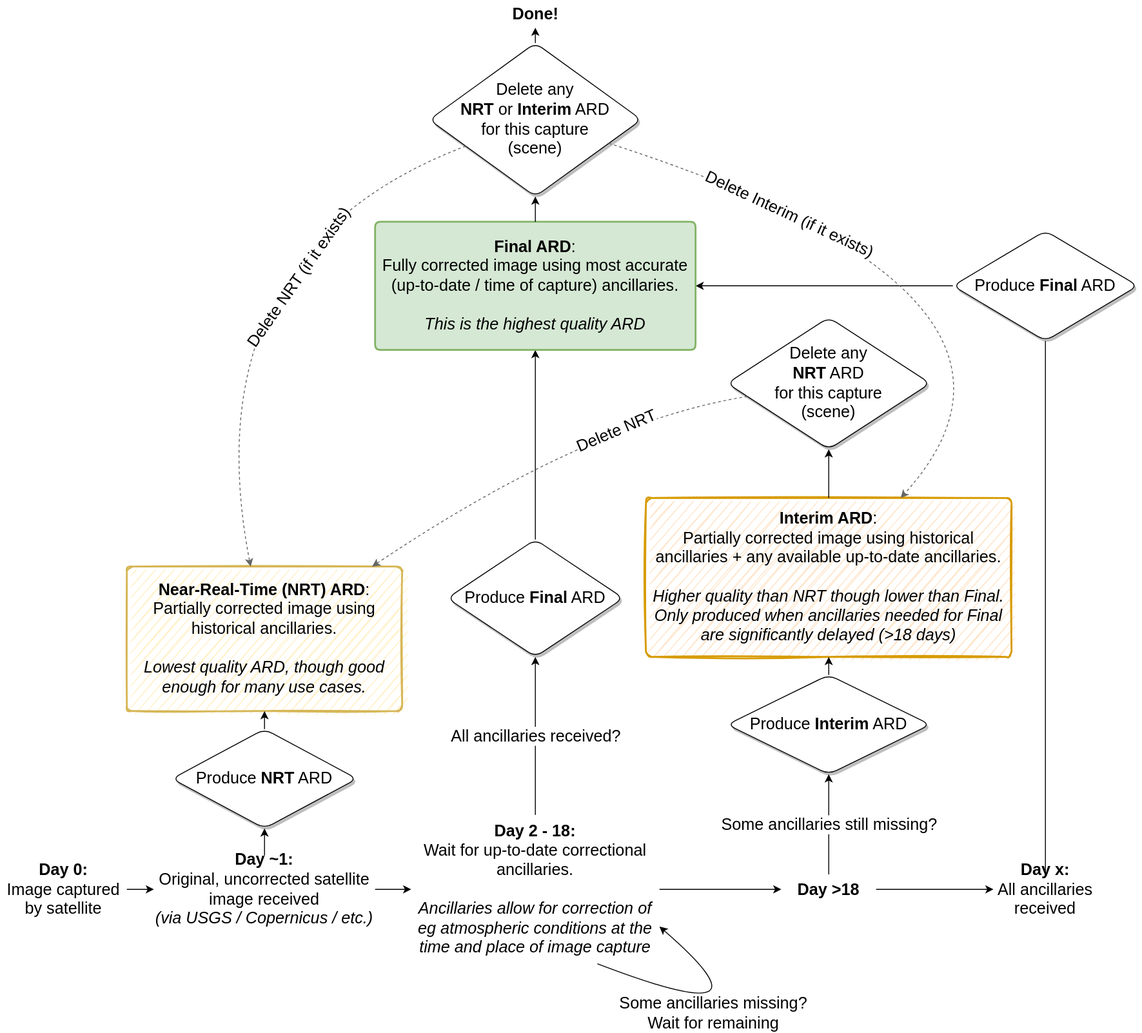
This is reference/images/dataset_maturity_flowchart.drawio.svg from GeoscienceAustralia/dea-knowledge-hub, a draw.io export, as it was before one commit. Source tidied: cells renumbered, new cells last; positions are measured from the earlier drawing's top-left corner, leaving out a move shared by most shapes.
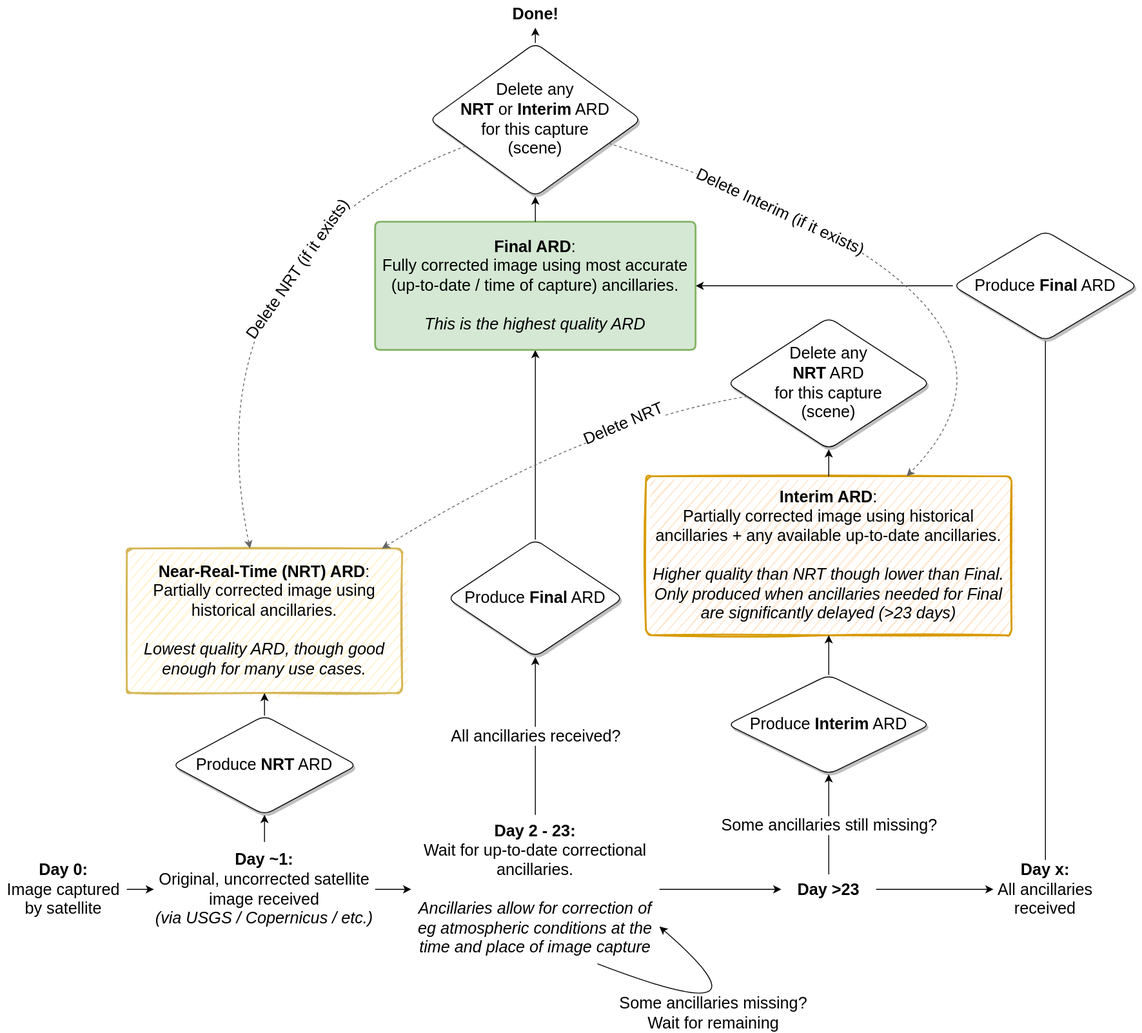
The same file after the commit.

Commit message:
Update datset maturity diagram and doc to reflect that interim processing now engages after 23 days not 18

What changed in the source:
```diff
@@ -2,17 +2,17 @@
   <root>
     <mxCell id="0" />
     <mxCell id="1" parent="0" />
-    <mxCell id="2" value="&lt;b style=&quot;font-size: 18px;&quot;&gt;Interim ARD&lt;/b&gt;:&lt;br style=&quot;font-size: 18px;&quot;&gt;Partially corrected image using historical ancillaries + any available up-to-date ancillaries.&lt;br style=&quot;font-size: 18px;&quot;&gt;&lt;br style=&quot;font-size: 18px;&quot;&gt;&lt;i style=&quot;font-size: 18px;&quot;&gt;Higher quality than NRT though lower than Final. Only produced when ancillaries needed for Final are significantly delayed (&amp;gt;18 days)&lt;/i&gt;" style="shape=parallelogram;html=1;strokeWidth=2;perimeter=parallelogramPerimeter;whiteSpace=wrap;rounded=1;arcSize=12;size=0;sketch=1;fillColor=#ffe6cc;strokeColor=#d79b00;fontSize=18;" parent="1" vertex="1">
-      <mxGeometry x="715" y="551" width="405" height="176" as="geometry" />
+    <mxCell id="2" value="&lt;b style=&quot;font-size: 18px;&quot;&gt;Interim ARD&lt;/b&gt;:&lt;br style=&quot;font-size: 18px;&quot;&gt;Partially corrected image using historical ancillaries + any available up-to-date ancillaries.&lt;br style=&quot;font-size: 18px;&quot;&gt;&lt;br style=&quot;font-size: 18px;&quot;&gt;&lt;i style=&quot;font-size: 18px;&quot;&gt;Higher quality than NRT though lower than Final. Only produced when ancillaries needed for Final are significantly delayed (&amp;gt;23 days)&lt;/i&gt;" style="shape=parallelogram;html=1;strokeWidth=2;perimeter=parallelogramPerimeter;whiteSpace=wrap;rounded=1;arcSize=12;size=0;sketch=1;fillColor=#ffe6cc;strokeColor=#d79b00;fontSize=18;" parent="1" vertex="1">
+      <mxGeometry x="715" y="527" width="405" height="176" as="geometry" />
     </mxCell>
     <mxCell id="3" value="&lt;b style=&quot;font-size: 18px;&quot;&gt;Near-Real-Time (NRT) ARD&lt;/b&gt;:&lt;br style=&quot;font-size: 18px;&quot;&gt;Partially corrected image using historical ancillaries.&lt;br style=&quot;font-size: 18px;&quot;&gt;&lt;br style=&quot;font-size: 18px;&quot;&gt;&lt;i style=&quot;font-size: 18px;&quot;&gt;Lowest quality ARD, though good enough for many use cases.&lt;/i&gt;" style="shape=parallelogram;html=1;strokeWidth=2;perimeter=parallelogramPerimeter;whiteSpace=wrap;rounded=1;arcSize=12;size=0;sketch=1;shadow=0;fillColor=#fff2cc;strokeColor=#d6b656;fontSize=18;" parent="1" vertex="1">
-      <mxGeometry x="140" y="627" width="305" height="160" as="geometry" />
+      <mxGeometry x="140" y="607" width="305" height="160" as="geometry" />
     </mxCell>
     <mxCell id="4" style="rounded=0;jettySize=auto;html=1;fontSize=18;" parent="1" edge="1" source="5" target="8">
       <mxGeometry relative="1" as="geometry" />
     </mxCell>
     <mxCell id="5" value="&lt;b style=&quot;font-size: 18px;&quot;&gt;Day 0:&lt;/b&gt;&lt;br style=&quot;font-size: 18px;&quot;&gt;Image captured by satellite" style="text;html=1;strokeColor=none;fillColor=none;align=center;verticalAlign=middle;whiteSpace=wrap;rounded=0;fontSize=18;" parent="1" vertex="1">
-      <mxGeometry y="959.5" width="140" height="50" as="geometry" />
+      <mxGeometry y="952" width="140" height="65" as="geometry" />
     </mxCell>
     <mxCell id="6" style="rounded=0;jettySize=auto;html=1;startArrow=none;fontSize=18;" parent="1" edge="1" source="22" target="3">
       <mxGeometry relative="1" as="geometry" />
@@ -21,19 +21,19 @@
       <mxGeometry relative="1" as="geometry" />
     </mxCell>
     <mxCell id="8" value="&lt;b style=&quot;font-size: 18px;&quot;&gt;Day ~1:&lt;/b&gt;&lt;br style=&quot;font-size: 18px;&quot;&gt;Original, uncorrected satellite image received&lt;br style=&quot;font-size: 18px;&quot;&gt;&lt;i style=&quot;font-size: 18px;&quot;&gt;(via USGS / Copernicus / etc.)&lt;/i&gt;" style="text;html=1;strokeColor=none;fillColor=none;align=center;verticalAlign=middle;whiteSpace=wrap;rounded=0;fontSize=18;" parent="1" vertex="1">
-      <mxGeometry x="170" y="947" width="245" height="75" as="geometry" />
+      <mxGeometry x="170" y="932" width="245" height="105" as="geometry" />
     </mxCell>
-    <mxCell id="9" value="&lt;b style=&quot;font-size: 18px;&quot;&gt;Day 2 - 18:&lt;/b&gt;&lt;br style=&quot;font-size: 18px;&quot;&gt;Wait for up-to-date correctional ancillaries.&lt;br style=&quot;font-size: 18px;&quot;&gt;&lt;br style=&quot;font-size: 18px;&quot;&gt;&lt;i style=&quot;font-size: 18px;&quot;&gt;Ancillaries allow for correction of eg atmospheric conditions at the time and place of image capture&lt;/i&gt;" style="text;html=1;strokeColor=none;fillColor=none;align=center;verticalAlign=middle;whiteSpace=wrap;rounded=0;fontSize=18;" parent="1" vertex="1">
+    <mxCell id="9" value="&lt;b style=&quot;font-size: 18px;&quot;&gt;Day 2 - 23:&lt;/b&gt;&lt;br style=&quot;font-size: 18px;&quot;&gt;Wait for up-to-date correctional ancillaries.&lt;br style=&quot;font-size: 18px;&quot;&gt;&lt;br style=&quot;font-size: 18px;&quot;&gt;&lt;i style=&quot;font-size: 18px;&quot;&gt;Ancillaries allow for correction of eg atmospheric conditions at the time and place of image capture&lt;/i&gt;" style="text;html=1;strokeColor=none;fillColor=none;align=center;verticalAlign=middle;whiteSpace=wrap;rounded=0;fontSize=18;" parent="1" vertex="1">
       <mxGeometry x="455" y="902" width="275" height="165" as="geometry" />
     </mxCell>
-    <mxCell id="10" value="&lt;b style=&quot;font-size: 18px;&quot;&gt;Day &amp;gt;18&lt;/b&gt;&lt;b style=&quot;font-size: 18px;&quot;&gt;&lt;br style=&quot;font-size: 18px;&quot;&gt;&lt;/b&gt;" style="text;html=1;strokeColor=none;fillColor=none;align=center;verticalAlign=middle;whiteSpace=wrap;rounded=0;fontSize=18;" parent="1" vertex="1">
+    <mxCell id="10" value="&lt;b style=&quot;font-size: 18px;&quot;&gt;Day &amp;gt;23&lt;/b&gt;&lt;b style=&quot;font-size: 18px;&quot;&gt;&lt;br style=&quot;font-size: 18px;&quot;&gt;&lt;/b&gt;" style="text;html=1;strokeColor=none;fillColor=none;align=center;verticalAlign=middle;whiteSpace=wrap;rounded=0;fontSize=18;" parent="1" vertex="1">
       <mxGeometry x="865" y="968" width="105" height="33" as="geometry" />
     </mxCell>
     <mxCell id="11" style="endArrow=classic;html=1;rounded=0;startArrow=none;fontSize=18;" parent="1" edge="1" source="23" target="2">
       <mxGeometry relative="1" as="geometry" />
     </mxCell>
     <mxCell id="12" value="&lt;b style=&quot;font-size: 18px;&quot;&gt;Day x:&lt;/b&gt;&lt;br style=&quot;font-size: 18px;&quot;&gt;All ancillaries received" style="text;html=1;strokeColor=none;fillColor=none;align=center;verticalAlign=middle;whiteSpace=wrap;rounded=0;fontSize=18;" parent="1" vertex="1">
-      <mxGeometry x="1100" y="969.5" width="115" height="30" as="geometry" />
+      <mxGeometry x="1100" y="952" width="115" height="65" as="geometry" />
     </mxCell>
     <mxCell id="13" style="endArrow=classic;html=1;rounded=0;startArrow=none;fontSize=18;" parent="1" edge="1" source="36" target="35">
       <mxGeometry relative="1" as="geometry" />
@@ -67,7 +67,7 @@
       <mxGeometry relative="1" as="geometry" />
     </mxCell>
     <mxCell id="22" value="Produce &lt;b style=&quot;font-size: 18px;&quot;&gt;NRT&lt;/b&gt; ARD" style="rhombus;whiteSpace=wrap;html=1;rounded=1;shadow=1;sketch=0;fillColor=default;fontSize=18;" parent="1" vertex="1">
-      <mxGeometry x="190" y="807" width="205" height="110" as="geometry" />
+      <mxGeometry x="190" y="792" width="205" height="110" as="geometry" />
     </mxCell>
     <mxCell id="23" value="Produce &lt;b style=&quot;font-size: 18px;&quot;&gt;Interim&lt;/b&gt; ARD" style="rhombus;whiteSpace=wrap;html=1;rounded=1;shadow=1;sketch=0;fillColor=default;fontSize=18;" parent="1" vertex="1">
       <mxGeometry x="805" y="747" width="225" height="110" as="geometry" />
```
